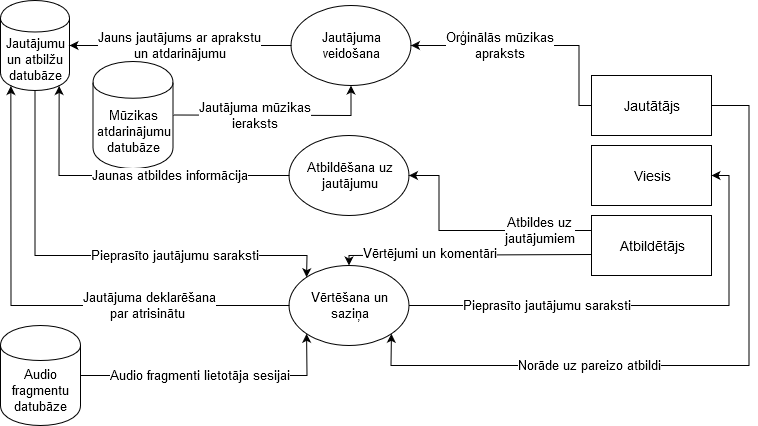
Above: DPD2_2.png in santiims/PI (draw.io), before the change. Source tidied: cells renumbered, new cells last; positions are measured from the earlier drawing's top-left corner, leaving out a move shared by most shapes.
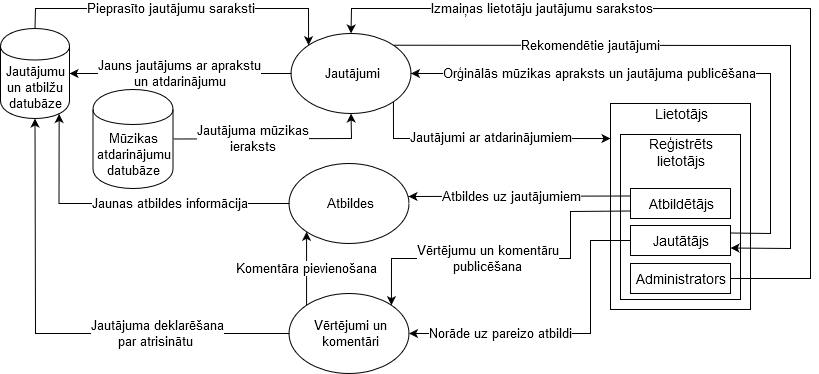
After the commit.

The edit, as a diff of the source:
```diff
@@ -2,31 +2,19 @@
   <root>
     <mxCell id="0" />
     <mxCell id="1" parent="0" />
-    <mxCell id="2" value="Atbildētājs" style="rounded=0;whiteSpace=wrap;html=1;fontSize=14;" parent="1" vertex="1">
-      <mxGeometry x="591" y="215" width="120" height="60" as="geometry" />
-    </mxCell>
-    <mxCell id="3" value="Jautātājs" style="rounded=0;whiteSpace=wrap;html=1;fontSize=14;" parent="1" vertex="1">
-      <mxGeometry x="591" y="75" width="120" height="60" as="geometry" />
-    </mxCell>
-    <mxCell id="4" value="Viesis" style="rounded=0;whiteSpace=wrap;html=1;fontSize=14;" parent="1" vertex="1">
-      <mxGeometry x="591" y="145" width="120" height="60" as="geometry" />
-    </mxCell>
     <mxCell id="5" value="Jautājumu&lt;br style=&quot;font-size: 13px;&quot;&gt;un atbilžu&lt;br style=&quot;font-size: 13px;&quot;&gt;datubāze" style="shape=cylinder;whiteSpace=wrap;html=1;boundedLbl=1;backgroundOutline=1;fillColor=#ffffff;fontSize=13;" parent="1" vertex="1">
       <mxGeometry width="69" height="90" as="geometry" />
     </mxCell>
-    <mxCell id="6" value="Audio&lt;br style=&quot;font-size: 13px;&quot;&gt;fragmentu&lt;br style=&quot;font-size: 13px;&quot;&gt;datubāze" style="shape=cylinder;whiteSpace=wrap;html=1;boundedLbl=1;backgroundOutline=1;fillColor=#ffffff;fontSize=13;" parent="1" vertex="1">
-      <mxGeometry y="325" width="80" height="100" as="geometry" />
-    </mxCell>
     <mxCell id="7" value="Mūzikas&lt;br style=&quot;font-size: 13px;&quot;&gt;atdarinājumu&lt;br style=&quot;font-size: 13px;&quot;&gt;datubāze" style="shape=cylinder;whiteSpace=wrap;html=1;boundedLbl=1;backgroundOutline=1;fillColor=#ffffff;fontSize=13;" parent="1" vertex="1">
-      <mxGeometry x="92.5" y="61" width="80" height="107" as="geometry" />
+      <mxGeometry x="92.5" y="61" width="80" height="99" as="geometry" />
     </mxCell>
-    <mxCell id="8" value="Jautājuma&lt;br&gt;veidošana" style="ellipse;whiteSpace=wrap;html=1;fontSize=13;" parent="1" vertex="1">
+    <mxCell id="8" value="Jautājumi" style="ellipse;whiteSpace=wrap;html=1;fontSize=13;" parent="1" vertex="1">
       <mxGeometry x="290.5" y="5" width="120" height="80" as="geometry" />
     </mxCell>
-    <mxCell id="9" value="Atbildēšana uz&lt;br&gt;jautājumu" style="ellipse;whiteSpace=wrap;html=1;fontSize=13;" parent="1" vertex="1">
+    <mxCell id="9" value="Atbildes" style="ellipse;whiteSpace=wrap;html=1;fontSize=13;" parent="1" vertex="1">
       <mxGeometry x="288.5" y="135" width="120" height="80" as="geometry" />
     </mxCell>
-    <mxCell id="10" value="Vērtēšana un&lt;br&gt;saziņa" style="ellipse;whiteSpace=wrap;html=1;fontSize=13;" parent="1" vertex="1">
+    <mxCell id="10" value="Vērtējumi un komentāri" style="ellipse;whiteSpace=wrap;html=1;fontSize=13;" parent="1" vertex="1">
       <mxGeometry x="288.5" y="265" width="120" height="80" as="geometry" />
     </mxCell>
     <mxCell id="11" value="Jauns jautājums ar aprakstu&lt;br&gt;un atdarinājumu" style="endArrow=classic;html=1;rounded=0;entryX=1;entryY=0.5;entryDx=0;entryDy=0;exitX=0;exitY=0.5;exitDx=0;exitDy=0;fontSize=13;" parent="1" edge="1" source="8" target="5">
@@ -35,57 +23,54 @@
     <mxCell id="12" value="Jautājuma mūzikas&lt;br style=&quot;font-size: 13px;&quot;&gt;ieraksts" style="endArrow=classic;html=1;rounded=0;exitX=1;exitY=0.5;exitDx=0;exitDy=0;entryX=0.5;entryY=1;entryDx=0;entryDy=0;fontSize=13;" parent="1" edge="1" source="7" target="8">
       <mxGeometry x="-0.21" relative="1" as="geometry">
         <Array as="points">
-          <mxPoint x="350.5" y="115" />
+          <mxPoint x="351" y="110" />
         </Array>
       </mxGeometry>
     </mxCell>
-    <mxCell id="13" value="Pieprasīto jautājumu saraksti" style="endArrow=classic;html=1;fontSize=13;rounded=0;entryX=0;entryY=0;entryDx=0;entryDy=0;exitX=0.5;exitY=1;exitDx=0;exitDy=0;" parent="1" edge="1" source="5" target="10">
-      <mxGeometry x="0.33" relative="1" as="geometry">
+    <mxCell id="13" value="Pieprasīto jautājumu saraksti" style="endArrow=classic;html=1;fontSize=13;rounded=0;entryX=0;entryY=0;entryDx=0;entryDy=0;exitX=0.5;exitY=0;exitDx=0;exitDy=0;" parent="1" edge="1" source="5" target="8">
+      <mxGeometry x="-0.06" relative="1" as="geometry">
         <Array as="points">
-          <mxPoint x="34.5" y="255" />
-          <mxPoint x="306.5" y="255" />
+          <mxPoint x="35" y="-20" />
+          <mxPoint x="308" y="-20" />
         </Array>
       </mxGeometry>
     </mxCell>
-    <mxCell id="14" value="Pieprasīto jautājumu saraksti" style="endArrow=classic;html=1;fontSize=13;rounded=0;entryX=1;entryY=0.5;entryDx=0;entryDy=0;exitX=1;exitY=0.5;exitDx=0;exitDy=0;" parent="1" edge="1" source="10" target="4">
-      <mxGeometry x="-0.42" relative="1" as="geometry">
+    <mxCell id="14" value="Jautājumi ar atdarinājumiem" style="endArrow=classic;html=1;fontSize=13;rounded=0;exitX=1;exitY=1;exitDx=0;exitDy=0;entryX=0;entryY=0.17;entryDx=0;entryDy=0;entryPerimeter=0;" parent="1" edge="1" source="8" target="22">
+      <mxGeometry x="0.05" y="1" relative="1" as="geometry">
         <Array as="points">
-          <mxPoint x="728.5" y="305" />
-          <mxPoint x="728.5" y="175" />
+          <mxPoint x="393" y="110" />
         </Array>
       </mxGeometry>
     </mxCell>
-    <mxCell id="15" value="Vērtējumi un komentāri" style="endArrow=classic;html=1;fontSize=13;rounded=0;exitX=-0.004;exitY=0.65;exitDx=0;exitDy=0;entryX=0.5;entryY=0;entryDx=0;entryDy=0;exitPerimeter=0;" parent="1" edge="1" source="2" target="10">
-      <mxGeometry x="0.29" y="-2" relative="1" as="geometry">
+    <mxCell id="15" value="Vērtējumu un komentāru&lt;br&gt;publicēšana" style="endArrow=classic;html=1;fontSize=13;rounded=0;exitX=0;exitY=0.75;exitDx=0;exitDy=0;entryX=1;entryY=0;entryDx=0;entryDy=0;" parent="1" edge="1" source="2" target="10">
+      <mxGeometry x="0.14" relative="1" as="geometry">
         <Array as="points">
-          <mxPoint x="348.5" y="255" />
+          <mxPoint x="570" y="183" />
+          <mxPoint x="570" y="230" />
+          <mxPoint x="391" y="230" />
         </Array>
       </mxGeometry>
     </mxCell>
-    <mxCell id="16" value="Norāde uz pareizo atbildi" style="endArrow=classic;html=1;fontSize=13;rounded=0;entryX=1;entryY=1;entryDx=0;entryDy=0;exitX=1;exitY=0.5;exitDx=0;exitDy=0;" parent="1" edge="1" source="3" target="10">
-      <mxGeometry x="0.33" relative="1" as="geometry">
+    <mxCell id="16" value="Norāde uz pareizo atbildi" style="endArrow=classic;html=1;fontSize=13;rounded=0;entryX=1;entryY=0.5;entryDx=0;entryDy=0;exitX=0;exitY=0.5;exitDx=0;exitDy=0;" parent="1" edge="1" source="3" target="10">
+      <mxGeometry x="0.42" relative="1" as="geometry">
         <Array as="points">
-          <mxPoint x="748.5" y="105" />
-          <mxPoint x="748.5" y="365" />
-          <mxPoint x="390.5" y="365" />
+          <mxPoint x="590" y="212" />
+          <mxPoint x="590" y="305" />
         </Array>
       </mxGeometry>
     </mxCell>
-    <mxCell id="17" value="Orģinālās mūzikas&lt;br&gt;apraksts" style="endArrow=classic;html=1;fontSize=13;rounded=0;exitX=0;exitY=0.5;exitDx=0;exitDy=0;entryX=1;entryY=0.5;entryDx=0;entryDy=0;" parent="1" edge="1" source="3" target="8">
-      <mxGeometry x="0.27" relative="1" as="geometry">
+    <mxCell id="17" value="Orģinālās mūzikas apraksts un jautājuma publicēšana" style="endArrow=classic;html=1;fontSize=13;rounded=0;exitX=1;exitY=0.25;exitDx=0;exitDy=0;entryX=1;entryY=0.5;entryDx=0;entryDy=0;" parent="1" edge="1" source="3" target="8">
+      <mxGeometry x="0.32" relative="1" as="geometry">
         <Array as="points">
-          <mxPoint x="578.5" y="105" />
-          <mxPoint x="578.5" y="45" />
+          <mxPoint x="770" y="205" />
+          <mxPoint x="770" y="45" />
         </Array>
-        <mxPoint x="1" as="offset" />
+        <mxPoint x="-1" as="offset" />
       </mxGeometry>
     </mxCell>
-    <mxCell id="18" value="Atbildes uz&lt;br&gt;jautājumiem" style="endArrow=classic;html=1;fontSize=13;rounded=0;entryX=1;entryY=0.5;entryDx=0;entryDy=0;exitX=0;exitY=0.25;exitDx=0;exitDy=0;" parent="1" edge="1" source="2" target="9">
-      <mxGeometry x="-0.56" relative="1" as="geometry">
-        <Array as="points">
-          <mxPoint x="438.5" y="230" />
-          <mxPoint x="438.5" y="175" />
-        </Array>
+    <mxCell id="18" value="Atbildes uz jautājumiem" style="endArrow=classic;html=1;fontSize=13;rounded=0;exitX=0;exitY=0.25;exitDx=0;exitDy=0;" parent="1" edge="1" source="2">
+      <mxGeometry x="0.07" relative="1" as="geometry">
+        <mxPoint x="408" y="168" as="targetPoint" />
       </mxGeometry>
     </mxCell>
     <mxCell id="19" value="Jaunas atbildes informācija" style="endArrow=classic;html=1;fontSize=13;rounded=0;entryX=0.85;entryY=0.95;entryDx=0;entryDy=0;entryPerimeter=0;exitX=0;exitY=0.5;exitDx=0;exitDy=0;" parent="1" edge="1" source="9" target="5">
@@ -95,20 +80,58 @@
         </Array>
       </mxGeometry>
     </mxCell>
-    <mxCell id="20" value="Jautājuma deklarēšana&lt;br&gt;par atrisinātu&amp;nbsp;" style="endArrow=classic;html=1;fontSize=13;entryX=0.15;entryY=0.95;entryDx=0;entryDy=0;strokeColor=#000000;rounded=0;exitX=0;exitY=0.5;exitDx=0;exitDy=0;entryPerimeter=0;" parent="1" edge="1" source="10" target="5">
+    <mxCell id="20" value="Jautājuma deklarēšana&lt;br&gt;par atrisinātu&amp;nbsp;" style="endArrow=classic;html=1;fontSize=13;entryX=0.5;entryY=1;entryDx=0;entryDy=0;strokeColor=#000000;rounded=0;exitX=0;exitY=0.5;exitDx=0;exitDy=0;" parent="1" edge="1" source="10" target="5">
       <mxGeometry x="-0.44" relative="1" as="geometry">
         <Array as="points">
-          <mxPoint x="10.5" y="305" />
+          <mxPoint x="35" y="305" />
         </Array>
       </mxGeometry>
     </mxCell>
-    <mxCell id="21" value="Audio fragmenti lietotāja sesijai" style="endArrow=classic;html=1;strokeColor=#000000;fontSize=13;rounded=0;entryX=0;entryY=1;entryDx=0;entryDy=0;exitX=1;exitY=0.5;exitDx=0;exitDy=0;" parent="1" edge="1" source="6" target="10">
-      <mxGeometry x="-0.12" relative="1" as="geometry">
-        <Array as="points">
-          <mxPoint x="306.5" y="375" />
-        </Array>
-        <mxPoint x="1" as="offset" />
-      </mxGeometry>
-    </mxCell>
+    <mxCell id="22" style="rounded=0;whiteSpace=wrap;html=1;fillColor=none;" parent="1" vertex="1">
+      <mxGeometry x="610" y="75" width="140" height="206" as="geometry" />
+    </mxCell>
+    <mxCell id="23" style="rounded=0;whiteSpace=wrap;html=1;fillColor=none;" parent="1" vertex="1">
+      <mxGeometry x="620" y="106" width="120" height="165" as="geometry" />
+    </mxCell>
+    <mxCell id="24" value="Lietotājs" style="text;html=1;strokeColor=none;fillColor=none;align=center;verticalAlign=middle;whiteSpace=wrap;rounded=0;fontSize=14;" parent="1" vertex="1">
+      <mxGeometry x="610" y="75" width="140" height="20" as="geometry" />
+    </mxCell>
+    <mxCell id="25" value="Reģistrēts&lt;br style=&quot;font-size: 14px;&quot;&gt;lietotājs" style="text;html=1;strokeColor=none;fillColor=none;align=center;verticalAlign=middle;whiteSpace=wrap;rounded=0;fontSize=14;" parent="1" vertex="1">
+      <mxGeometry x="620" y="106" width="120" height="35" as="geometry" />
+    </mxCell>
+    <mxCell id="2" value="Atbildētājs" style="rounded=0;whiteSpace=wrap;html=1;fontSize=14;" parent="1" vertex="1">
+      <mxGeometry x="630" y="160" width="100" height="30" as="geometry" />
+    </mxCell>
+    <mxCell id="3" value="Jautātājs" style="rounded=0;whiteSpace=wrap;html=1;fontSize=14;" parent="1" vertex="1">
+      <mxGeometry x="630" y="197" width="100" height="30" as="geometry" />
+    </mxCell>
+    <mxCell id="26" value="Administrators" style="rounded=0;whiteSpace=wrap;html=1;fontSize=14;" parent="1" vertex="1">
+      <mxGeometry x="630" y="235" width="100" height="30" as="geometry" />
+    </mxCell>
+    <mxCell id="27" style="endArrow=classic;html=1;exitX=1;exitY=0.5;exitDx=0;exitDy=0;entryX=0.5;entryY=0;entryDx=0;entryDy=0;rounded=0;" parent="1" edge="1" source="26" target="8">
+      <mxGeometry relative="1" as="geometry">
+        <Array as="points">
+          <mxPoint x="810" y="250" />
+          <mxPoint x="810" y="-20" />
+          <mxPoint x="351" y="-20" />
+        </Array>
+      </mxGeometry>
+    </mxCell>
+    <mxCell id="28" value="Izmaiņas lietotāju jautājumu sarakstos" style="text;html=1;align=center;verticalAlign=middle;labelBackgroundColor=#ffffff;fontSize=13;" parent="27" vertex="1">
+      <mxGeometry x="0.62" y="2" relative="1" as="geometry">
+        <mxPoint x="55.8" y="-2.8" as="offset" />
+      </mxGeometry>
+    </mxCell>
+    <mxCell id="29" value="Komentāra pievienošana" style="endArrow=classic;html=1;fontSize=13;entryX=0;entryY=1;entryDx=0;entryDy=0;exitX=0;exitY=0;exitDx=0;exitDy=0;" parent="1" edge="1" source="10" target="9">
+      <mxGeometry relative="1" as="geometry" />
+    </mxCell>
+    <mxCell id="30" value="Rekomendētie jautājumi" style="endArrow=classic;html=1;fontSize=13;entryX=1;entryY=0.75;entryDx=0;entryDy=0;exitX=1;exitY=0;exitDx=0;exitDy=0;rounded=0;" parent="1" edge="1" source="8" target="3">
+      <mxGeometry x="-0.4" relative="1" as="geometry">
+        <Array as="points">
+          <mxPoint x="790" y="17" />
+          <mxPoint x="790" y="220" />
+        </Array>
+      </mxGeometry>
+    </mxCell>
   </root>
 </mxGraphModel>
```
